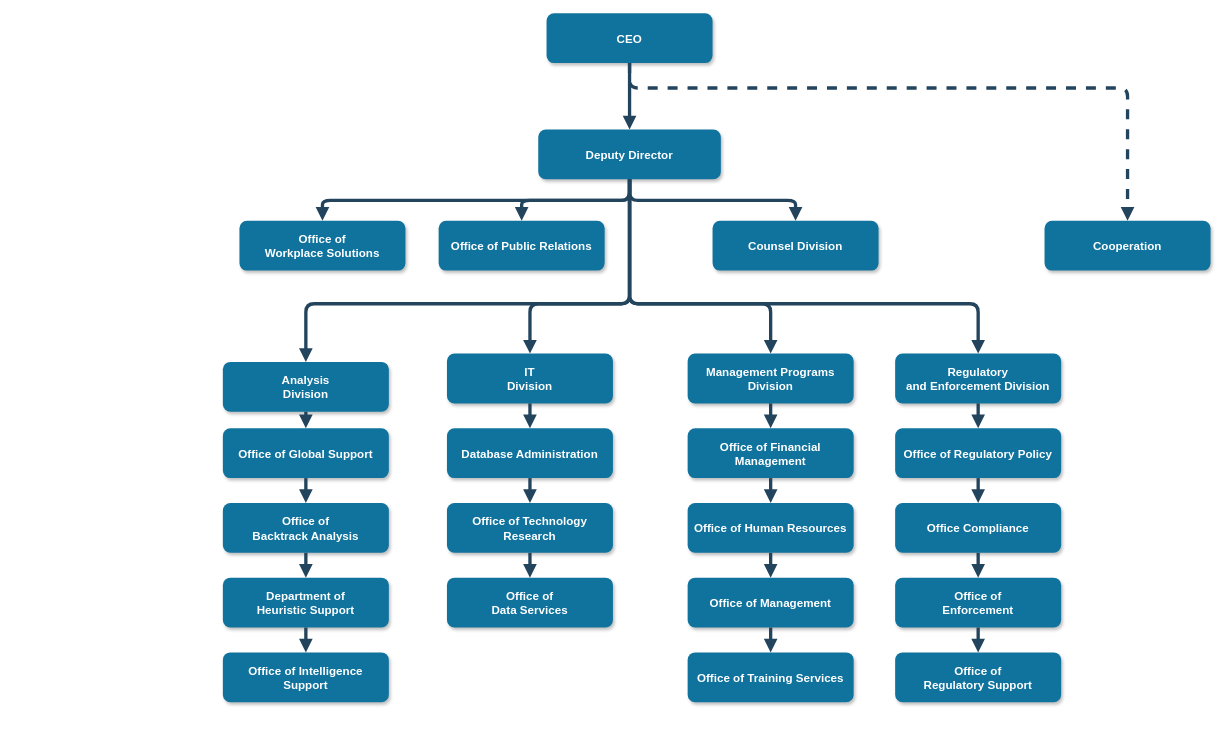
wangXingRunning/wangXingRunning.github.io keeps this draw.io diagram as 前端架构.drawio. Above is the earlier version. Source tidied: cells renumbered, new cells numbered last; positions are measured from the earlier drawing's top-left corner, leaving out a move shared by most shapes. Both pictures are drawn from the tidied source at 83%, with x=0, y=0 at pixel (222, 13).
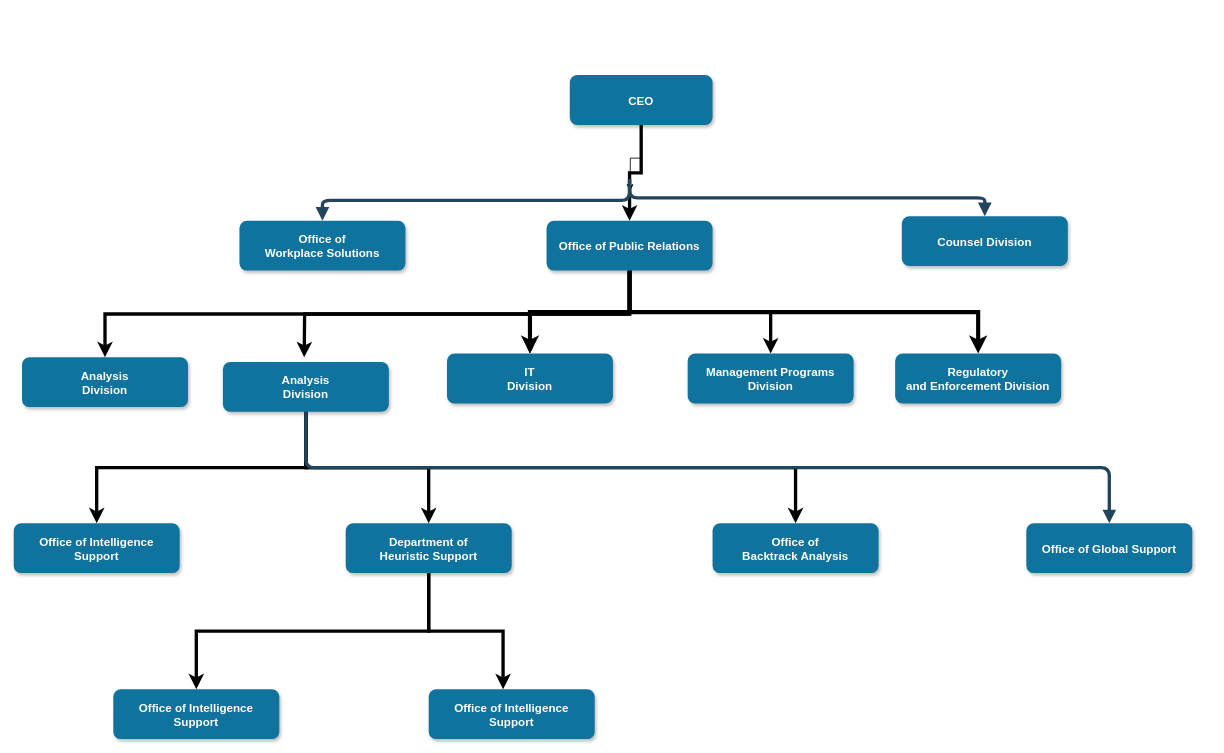
Above is the later version.

Commit message (it also covers changes not shown here):
更新前端架构.drawio

Unchanged cells that the change refers to:
```xml
<mxCell id="4" value="Office of &#10;Workplace Solutions" style="rounded=1;fillColor=#10739E;strokeColor=none;shadow=1;gradientColor=none;fontStyle=1;fontColor=#FFFFFF;fontSize=14;" parent="1" vertex="1">
  <mxGeometry x="20" y="249.5" width="200" height="60" as="geometry" />
</mxCell>
<mxCell id="8" value="Analysis &#10;Division" style="rounded=1;fillColor=#10739E;strokeColor=none;shadow=1;gradientColor=none;fontStyle=1;fontColor=#FFFFFF;fontSize=14;" parent="1" vertex="1">
  <mxGeometry y="419.5" width="200" height="60" as="geometry" />
</mxCell>
<mxCell id="13" value="IT&#10;Division" style="rounded=1;fillColor=#10739E;strokeColor=none;shadow=1;gradientColor=none;fontStyle=1;fontColor=#FFFFFF;fontSize=14;" parent="1" vertex="1">
  <mxGeometry x="270" y="409.5" width="200" height="60" as="geometry" />
</mxCell>
<mxCell id="17" value="Management Programs &#10;Division" style="rounded=1;fillColor=#10739E;strokeColor=none;shadow=1;gradientColor=none;fontStyle=1;fontColor=#FFFFFF;fontSize=14;" parent="1" vertex="1">
  <mxGeometry x="560" y="409.5" width="200" height="60" as="geometry" />
</mxCell>
<mxCell id="22" value="Regulatory &#10;and Enforcement Division" style="rounded=1;fillColor=#10739E;strokeColor=none;shadow=1;gradientColor=none;fontStyle=1;fontColor=#FFFFFF;fontSize=14;" parent="1" vertex="1">
  <mxGeometry x="810" y="409.5" width="200" height="60" as="geometry" />
</mxCell>
```

The edit, as a diff of the source:
```diff
@@
+    <mxCell id="51" style="edgeStyle=orthogonalEdgeStyle;rounded=0;jettySize=auto;html=1;exitX=0.5;exitY=1;exitDx=0;exitDy=0;" parent="1" edge="1" source="2">
+      <mxGeometry relative="1" as="geometry">
+        <mxPoint x="490.5" y="214" as="targetPoint" />
+      </mxGeometry>
+    </mxCell>
+    <mxCell id="52" style="edgeStyle=orthogonalEdgeStyle;rounded=0;jettySize=auto;html=1;exitX=0.5;exitY=1;exitDx=0;exitDy=0;entryX=0.5;entryY=0;entryDx=0;entryDy=0;strokeWidth=4;" parent="1" edge="1" source="2" target="5">
+      <mxGeometry relative="1" as="geometry" />
+    </mxCell>
     <mxCell id="2" value="CEO" style="rounded=1;fillColor=#10739E;strokeColor=none;shadow=1;gradientColor=none;fontStyle=1;fontColor=#FFFFFF;fontSize=14;" parent="1" vertex="1">
-      <mxGeometry x="390" y="-0.5" width="200" height="60" as="geometry" />
+      <mxGeometry x="418" y="74" width="172" height="60" as="geometry" />
     </mxCell>
-    <mxCell id="3" value="Deputy Director" style="rounded=1;fillColor=#10739E;strokeColor=none;shadow=1;gradientColor=none;fontStyle=1;fontColor=#FFFFFF;fontSize=14;" parent="1" vertex="1">
-      <mxGeometry x="380" y="139.5" width="220" height="60" as="geometry" />
-    </mxCell>
@@
+    <mxCell id="53" style="edgeStyle=orthogonalEdgeStyle;rounded=0;jettySize=auto;html=1;exitX=0.5;exitY=1;exitDx=0;exitDy=0;strokeWidth=4;" parent="1" edge="1" source="5">
+      <mxGeometry relative="1" as="geometry">
+        <mxPoint x="98" y="414" as="targetPoint" />
+      </mxGeometry>
+    </mxCell>
+    <mxCell id="54" style="edgeStyle=orthogonalEdgeStyle;rounded=0;jettySize=auto;html=1;exitX=0.5;exitY=1;exitDx=0;exitDy=0;strokeWidth=5;" parent="1" edge="1" source="5" target="13">
+      <mxGeometry relative="1" as="geometry" />
+    </mxCell>
+    <mxCell id="55" style="edgeStyle=orthogonalEdgeStyle;rounded=0;jettySize=auto;html=1;exitX=0.5;exitY=1;exitDx=0;exitDy=0;entryX=0.5;entryY=0;entryDx=0;entryDy=0;strokeWidth=5;" parent="1" edge="1" source="5" target="22">
+      <mxGeometry relative="1" as="geometry" />
+    </mxCell>
+    <mxCell id="56" style="edgeStyle=orthogonalEdgeStyle;rounded=0;jettySize=auto;html=1;exitX=0.5;exitY=1;exitDx=0;exitDy=0;strokeWidth=4;" parent="1" edge="1" source="5" target="63">
+      <mxGeometry relative="1" as="geometry" />
+    </mxCell>
+    <mxCell id="57" style="edgeStyle=orthogonalEdgeStyle;rounded=0;jettySize=auto;html=1;" parent="1" edge="1" source="5" target="13">
+      <mxGeometry relative="1" as="geometry" />
+    </mxCell>
+    <mxCell id="58" style="edgeStyle=orthogonalEdgeStyle;rounded=0;jettySize=auto;html=1;exitX=0.5;exitY=1;exitDx=0;exitDy=0;entryX=0.5;entryY=0;entryDx=0;entryDy=0;strokeWidth=4;" parent="1" edge="1" source="5" target="17">
+      <mxGeometry relative="1" as="geometry" />
+    </mxCell>
     <mxCell id="5" value="Office of Public Relations" style="rounded=1;fillColor=#10739E;strokeColor=none;shadow=1;gradientColor=none;fontStyle=1;fontColor=#FFFFFF;fontSize=14;" parent="1" vertex="1">
-      <mxGeometry x="260" y="249.5" width="200" height="60" as="geometry" />
+      <mxGeometry x="390" y="249.5" width="200" height="60" as="geometry" />
     </mxCell>
     <mxCell id="6" value="Counsel Division" style="rounded=1;fillColor=#10739E;strokeColor=none;shadow=1;gradientColor=none;fontStyle=1;fontColor=#FFFFFF;fontSize=14;" parent="1" vertex="1">
-      <mxGeometry x="590" y="249.5" width="200" height="60" as="geometry" />
+      <mxGeometry x="818" y="244" width="200" height="60" as="geometry" />
     </mxCell>
-    <mxCell id="7" value="Cooperation" style="rounded=1;fillColor=#10739E;strokeColor=none;shadow=1;gradientColor=none;fontStyle=1;fontColor=#FFFFFF;fontSize=14;" parent="1" vertex="1">
-      <mxGeometry x="990" y="249.5" width="200" height="60" as="geometry" />
-    </mxCell>
+    <mxCell id="59" style="edgeStyle=orthogonalEdgeStyle;rounded=0;jettySize=auto;html=1;exitX=0.5;exitY=1;exitDx=0;exitDy=0;entryX=0.5;entryY=0;entryDx=0;entryDy=0;strokeWidth=4;" parent="1" edge="1" source="8" target="11">
+      <mxGeometry relative="1" as="geometry" />
+    </mxCell>
+    <mxCell id="60" style="edgeStyle=orthogonalEdgeStyle;rounded=0;jettySize=auto;html=1;exitX=0.5;exitY=1;exitDx=0;exitDy=0;entryX=0.5;entryY=0;entryDx=0;entryDy=0;strokeWidth=4;" parent="1" edge="1" source="8" target="12">
+      <mxGeometry relative="1" as="geometry" />
+    </mxCell>
+    <mxCell id="61" style="edgeStyle=orthogonalEdgeStyle;rounded=0;jettySize=auto;html=1;exitX=0.5;exitY=1;exitDx=0;exitDy=0;strokeWidth=4;" parent="1" edge="1" source="8" target="10">
+      <mxGeometry relative="1" as="geometry" />
+    </mxCell>
@@
     <mxCell id="9" value="Office of Global Support" style="rounded=1;fillColor=#10739E;strokeColor=none;shadow=1;gradientColor=none;fontStyle=1;fontColor=#FFFFFF;fontSize=14;" parent="1" vertex="1">
-      <mxGeometry y="499.5" width="200" height="60" as="geometry" />
+      <mxGeometry x="968" y="614" width="200" height="60" as="geometry" />
     </mxCell>
     <mxCell id="10" value="Office of &#10;Backtrack Analysis" style="rounded=1;fillColor=#10739E;strokeColor=none;shadow=1;gradientColor=none;fontStyle=1;fontColor=#FFFFFF;fontSize=14;" parent="1" vertex="1">
-      <mxGeometry y="589.5" width="200" height="60" as="geometry" />
+      <mxGeometry x="590" y="614" width="200" height="60" as="geometry" />
     </mxCell>
+    <mxCell id="62" style="edgeStyle=orthogonalEdgeStyle;rounded=0;jettySize=auto;html=1;exitX=0.5;exitY=1;exitDx=0;exitDy=0;strokeWidth=4;" parent="1" edge="1" source="11" target="64">
+      <mxGeometry relative="1" as="geometry" />
+    </mxCell>
     <mxCell id="11" value="Department of &#10;Heuristic Support" style="rounded=1;fillColor=#10739E;strokeColor=none;shadow=1;gradientColor=none;fontStyle=1;fontColor=#FFFFFF;fontSize=14;" parent="1" vertex="1">
-      <mxGeometry y="679.5" width="200" height="60" as="geometry" />
+      <mxGeometry x="148" y="614" width="200" height="60" as="geometry" />
     </mxCell>
     <mxCell id="12" value="Office of Intelligence &#10;Support" style="rounded=1;fillColor=#10739E;strokeColor=none;shadow=1;gradientColor=none;fontStyle=1;fontColor=#FFFFFF;fontSize=14;" parent="1" vertex="1">
-      <mxGeometry y="769.5" width="200" height="60" as="geometry" />
+      <mxGeometry x="-252" y="614" width="200" height="60" as="geometry" />
     </mxCell>
@@
-    <mxCell id="14" value="Database Administration" style="rounded=1;fillColor=#10739E;strokeColor=none;shadow=1;gradientColor=none;fontStyle=1;fontColor=#FFFFFF;fontSize=14;" parent="1" vertex="1">
-      <mxGeometry x="270" y="499.5" width="200" height="60" as="geometry" />
-    </mxCell>
-    <mxCell id="15" value="Office of Technology &#10;Research" style="rounded=1;fillColor=#10739E;strokeColor=none;shadow=1;gradientColor=none;fontStyle=1;fontColor=#FFFFFF;fontSize=14;" parent="1" vertex="1">
-      <mxGeometry x="270" y="589.5" width="200" height="60" as="geometry" />
-    </mxCell>
-    <mxCell id="16" value="Office of&#10;Data Services" style="rounded=1;fillColor=#10739E;strokeColor=none;shadow=1;gradientColor=none;fontStyle=1;fontColor=#FFFFFF;fontSize=14;" parent="1" vertex="1">
-      <mxGeometry x="270" y="679.5" width="200" height="60" as="geometry" />
-    </mxCell>
@@
-    <mxCell id="18" value="Office of Financial &#10;Management" style="rounded=1;fillColor=#10739E;strokeColor=none;shadow=1;gradientColor=none;fontStyle=1;fontColor=#FFFFFF;fontSize=14;" parent="1" vertex="1">
-      <mxGeometry x="560" y="499.5" width="200" height="60" as="geometry" />
-    </mxCell>
-    <mxCell id="19" value="Office of Human Resources" style="rounded=1;fillColor=#10739E;strokeColor=none;shadow=1;gradientColor=none;fontStyle=1;fontColor=#FFFFFF;fontSize=14;" parent="1" vertex="1">
-      <mxGeometry x="560" y="589.5" width="200" height="60" as="geometry" />
-    </mxCell>
-    <mxCell id="20" value="Office of Management " style="rounded=1;fillColor=#10739E;strokeColor=none;shadow=1;gradientColor=none;fontStyle=1;fontColor=#FFFFFF;fontSize=14;" parent="1" vertex="1">
-      <mxGeometry x="560" y="679.5" width="200" height="60" as="geometry" />
-    </mxCell>
-    <mxCell id="21" value="Office of Training Services" style="rounded=1;fillColor=#10739E;strokeColor=none;shadow=1;gradientColor=none;fontStyle=1;fontColor=#FFFFFF;fontSize=14;" parent="1" vertex="1">
-      <mxGeometry x="560" y="769.5" width="200" height="60" as="geometry" />
-    </mxCell>
@@
-    <mxCell id="23" value="Office of Regulatory Policy" style="rounded=1;fillColor=#10739E;strokeColor=none;shadow=1;gradientColor=none;fontStyle=1;fontColor=#FFFFFF;fontSize=14;" parent="1" vertex="1">
-      <mxGeometry x="810" y="499.5" width="200" height="60" as="geometry" />
-    </mxCell>
-    <mxCell id="24" value="Office Compliance" style="rounded=1;fillColor=#10739E;strokeColor=none;shadow=1;gradientColor=none;fontStyle=1;fontColor=#FFFFFF;fontSize=14;" parent="1" vertex="1">
-      <mxGeometry x="810" y="589.5" width="200" height="60" as="geometry" />
-    </mxCell>
-    <mxCell id="25" value="Office of &#10;Enforcement" style="rounded=1;fillColor=#10739E;strokeColor=none;shadow=1;gradientColor=none;fontStyle=1;fontColor=#FFFFFF;fontSize=14;" parent="1" vertex="1">
-      <mxGeometry x="810" y="679.5" width="200" height="60" as="geometry" />
-    </mxCell>
-    <mxCell id="26" value="Office of&#10; Regulatory Support" style="rounded=1;fillColor=#10739E;strokeColor=none;shadow=1;gradientColor=none;fontStyle=1;fontColor=#FFFFFF;fontSize=14;" parent="1" vertex="1">
-      <mxGeometry x="810" y="769.5" width="200" height="60" as="geometry" />
-    </mxCell>
-    <mxCell id="27" style="edgeStyle=elbowEdgeStyle;elbow=vertical;strokeWidth=4;endArrow=block;endFill=1;fontStyle=1;strokeColor=#23445D;" parent="1" edge="1" source="2" target="3">
-      <mxGeometry x="22" y="165.5" as="geometry" />
-    </mxCell>
-    <mxCell id="28" style="edgeStyle=elbowEdgeStyle;elbow=vertical;strokeWidth=4;endArrow=block;endFill=1;fontStyle=1;strokeColor=#23445D;" parent="1" edge="1" source="3" target="5">
-      <mxGeometry x="22" y="165.5" as="geometry" />
-    </mxCell>
-    <mxCell id="29" style="edgeStyle=elbowEdgeStyle;elbow=vertical;strokeWidth=4;endArrow=block;endFill=1;fontStyle=1;strokeColor=#23445D;" parent="1" edge="1" source="3" target="4">
-      <mxGeometry x="22" y="165.5" as="geometry" />
+    <mxCell id="29" style="edgeStyle=elbowEdgeStyle;elbow=vertical;strokeWidth=4;endArrow=block;endFill=1;fontStyle=1;strokeColor=#23445D;" parent="1" edge="1" target="4">
+      <mxGeometry x="22" y="165.5" as="geometry">
+        <mxPoint x="490" y="199.5" as="sourcePoint" />
+      </mxGeometry>
     </mxCell>
-    <mxCell id="30" style="edgeStyle=elbowEdgeStyle;elbow=vertical;strokeWidth=4;endArrow=block;endFill=1;fontStyle=1;strokeColor=#23445D;" parent="1" edge="1" source="3" target="6">
-      <mxGeometry x="22" y="165.5" as="geometry" />
+    <mxCell id="30" style="edgeStyle=elbowEdgeStyle;elbow=vertical;strokeWidth=4;endArrow=block;endFill=1;fontStyle=1;strokeColor=#23445D;" parent="1" edge="1" target="6">
+      <mxGeometry x="22" y="165.5" as="geometry">
+        <mxPoint x="490" y="199.5" as="sourcePoint" />
+      </mxGeometry>
     </mxCell>
-    <mxCell id="31" style="edgeStyle=elbowEdgeStyle;elbow=vertical;strokeWidth=4;endArrow=block;endFill=1;fontStyle=1;dashed=1;strokeColor=#23445D;" parent="1" edge="1" source="2" target="7">
-      <mxGeometry x="22" y="165.5" as="geometry">
-        <Array as="points">
-          <mxPoint x="780" y="89.5" />
-        </Array>
-      </mxGeometry>
-    </mxCell>
-    <mxCell id="32" style="edgeStyle=elbowEdgeStyle;elbow=vertical;strokeWidth=4;endArrow=block;endFill=1;fontStyle=1;strokeColor=#23445D;" parent="1" edge="1" source="3" target="8">
-      <mxGeometry x="22" y="165.5" as="geometry">
-        <Array as="points">
-          <mxPoint x="270" y="349.5" />
-        </Array>
-      </mxGeometry>
-    </mxCell>
-    <mxCell id="33" style="edgeStyle=elbowEdgeStyle;elbow=vertical;strokeWidth=4;endArrow=block;endFill=1;fontStyle=1;strokeColor=#23445D;" parent="1" edge="1" source="3" target="22">
-      <mxGeometry x="22" y="165.5" as="geometry">
-        <Array as="points">
-          <mxPoint x="690" y="349.5" />
-        </Array>
-      </mxGeometry>
-    </mxCell>
@@
-    <mxCell id="35" style="edgeStyle=elbowEdgeStyle;elbow=vertical;strokeWidth=4;endArrow=block;endFill=1;fontStyle=1;strokeColor=#23445D;" parent="1" edge="1" source="9" target="10">
-      <mxGeometry x="62" y="175.5" as="geometry" />
-    </mxCell>
-    <mxCell id="36" style="edgeStyle=elbowEdgeStyle;elbow=vertical;strokeWidth=4;endArrow=block;endFill=1;fontStyle=1;strokeColor=#23445D;" parent="1" edge="1" source="10" target="11">
-      <mxGeometry x="62" y="185.5" as="geometry" />
-    </mxCell>
-    <mxCell id="37" style="edgeStyle=elbowEdgeStyle;elbow=vertical;strokeWidth=4;endArrow=block;endFill=1;fontStyle=1;strokeColor=#23445D;" parent="1" edge="1" source="11" target="12">
-      <mxGeometry x="62" y="195.5" as="geometry" />
-    </mxCell>
-    <mxCell id="38" style="edgeStyle=elbowEdgeStyle;elbow=vertical;strokeWidth=4;endArrow=block;endFill=1;fontStyle=1;strokeColor=#23445D;" parent="1" edge="1" source="13" target="14">
-      <mxGeometry x="62" y="165.5" as="geometry" />
-    </mxCell>
-    <mxCell id="39" style="edgeStyle=elbowEdgeStyle;elbow=vertical;strokeWidth=4;endArrow=block;endFill=1;fontStyle=1;strokeColor=#23445D;" parent="1" edge="1" source="14" target="15">
-      <mxGeometry x="62" y="175.5" as="geometry" />
-    </mxCell>
-    <mxCell id="40" style="edgeStyle=elbowEdgeStyle;elbow=vertical;strokeWidth=4;endArrow=block;endFill=1;fontStyle=1;strokeColor=#23445D;" parent="1" edge="1" source="15" target="16">
-      <mxGeometry x="62" y="185.5" as="geometry" />
-    </mxCell>
-    <mxCell id="41" style="edgeStyle=elbowEdgeStyle;elbow=vertical;strokeWidth=4;endArrow=block;endFill=1;fontStyle=1;strokeColor=#23445D;" parent="1" edge="1" source="17" target="18">
-      <mxGeometry x="72" y="165.5" as="geometry" />
-    </mxCell>
-    <mxCell id="42" style="edgeStyle=elbowEdgeStyle;elbow=vertical;strokeWidth=4;endArrow=block;endFill=1;fontStyle=1;strokeColor=#23445D;" parent="1" edge="1" source="18" target="19">
-      <mxGeometry x="72" y="175.5" as="geometry" />
-    </mxCell>
-    <mxCell id="43" style="edgeStyle=elbowEdgeStyle;elbow=vertical;strokeWidth=4;endArrow=block;endFill=1;fontStyle=1;strokeColor=#23445D;" parent="1" edge="1" source="19" target="20">
-      <mxGeometry x="72" y="185.5" as="geometry" />
-    </mxCell>
-    <mxCell id="44" style="edgeStyle=elbowEdgeStyle;elbow=vertical;strokeWidth=4;endArrow=block;endFill=1;fontStyle=1;strokeColor=#23445D;" parent="1" edge="1" source="20" target="21">
-      <mxGeometry x="72" y="195.5" as="geometry" />
-    </mxCell>
-    <mxCell id="45" style="edgeStyle=elbowEdgeStyle;elbow=vertical;strokeWidth=4;endArrow=block;endFill=1;fontStyle=1;strokeColor=#23445D;" parent="1" edge="1" source="22" target="23">
-      <mxGeometry x="72" y="165.5" as="geometry" />
-    </mxCell>
-    <mxCell id="46" style="edgeStyle=elbowEdgeStyle;elbow=vertical;strokeWidth=4;endArrow=block;endFill=1;fontStyle=1;strokeColor=#23445D;" parent="1" edge="1" source="23" target="24">
-      <mxGeometry x="72" y="175.5" as="geometry" />
-    </mxCell>
-    <mxCell id="47" style="edgeStyle=elbowEdgeStyle;elbow=vertical;strokeWidth=4;endArrow=block;endFill=1;fontStyle=1;strokeColor=#23445D;" parent="1" edge="1" source="24" target="25">
-      <mxGeometry x="72" y="185.5" as="geometry" />
-    </mxCell>
-    <mxCell id="48" style="edgeStyle=elbowEdgeStyle;elbow=vertical;strokeWidth=4;endArrow=block;endFill=1;fontStyle=1;strokeColor=#23445D;" parent="1" edge="1" source="25" target="26">
-      <mxGeometry x="72" y="195.5" as="geometry" />
-    </mxCell>
-    <mxCell id="49" style="edgeStyle=elbowEdgeStyle;elbow=vertical;strokeWidth=4;endArrow=block;endFill=1;fontStyle=1;strokeColor=#23445D;" parent="1" edge="1" source="3" target="13">
-      <mxGeometry x="22" y="165.5" as="geometry">
-        <Array as="points">
-          <mxPoint x="370" y="349.5" />
-        </Array>
-      </mxGeometry>
-    </mxCell>
-    <mxCell id="50" style="edgeStyle=elbowEdgeStyle;elbow=vertical;strokeWidth=4;endArrow=block;endFill=1;fontStyle=1;strokeColor=#23445D;" parent="1" edge="1" source="3" target="17">
-      <mxGeometry x="22" y="165.5" as="geometry">
-        <Array as="points">
-          <mxPoint x="660" y="349.5" />
-        </Array>
-      </mxGeometry>
-    </mxCell>
+    <mxCell id="63" value="Analysis &#10;Division" style="rounded=1;fillColor=#10739E;strokeColor=none;shadow=1;gradientColor=none;fontStyle=1;fontColor=#FFFFFF;fontSize=14;" parent="1" vertex="1">
+      <mxGeometry x="-242" y="414" width="200" height="60" as="geometry" />
+    </mxCell>
+    <mxCell id="64" value="Office of Intelligence &#10;Support" style="rounded=1;fillColor=#10739E;strokeColor=none;shadow=1;gradientColor=none;fontStyle=1;fontColor=#FFFFFF;fontSize=14;" parent="1" vertex="1">
+      <mxGeometry x="-132" y="814" width="200" height="60" as="geometry" />
+    </mxCell>
+    <mxCell id="65" value="Office of Intelligence &#10;Support" style="rounded=1;fillColor=#10739E;strokeColor=none;shadow=1;gradientColor=none;fontStyle=1;fontColor=#FFFFFF;fontSize=14;" parent="1" vertex="1">
+      <mxGeometry x="248" y="814" width="200" height="60" as="geometry" />
+    </mxCell>
+    <mxCell id="66" style="edgeStyle=orthogonalEdgeStyle;rounded=0;jettySize=auto;html=1;exitX=0.5;exitY=1;exitDx=0;exitDy=0;entryX=0.448;entryY=0;entryDx=0;entryDy=0;entryPerimeter=0;strokeWidth=4;" parent="1" edge="1" source="11" target="65">
+      <mxGeometry relative="1" as="geometry" />
+    </mxCell>
```
